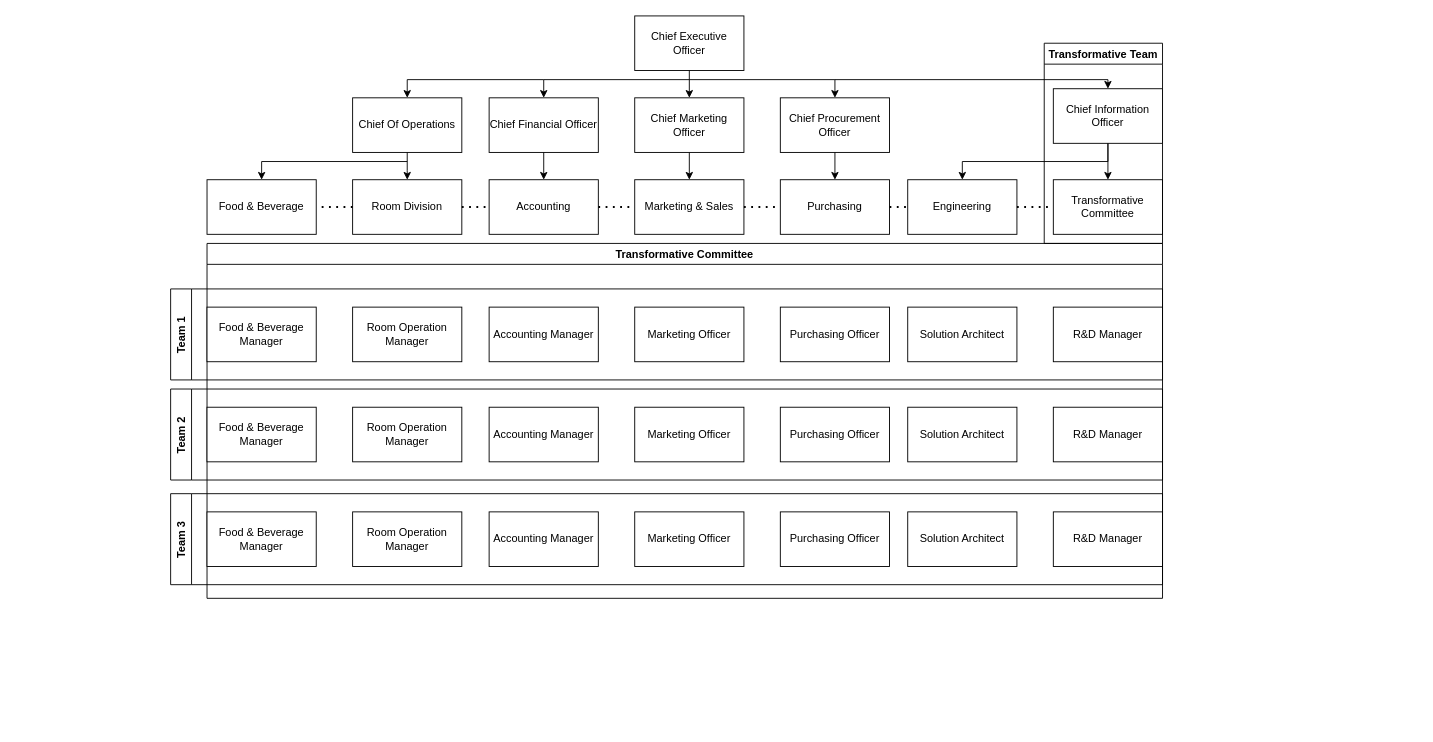
Earlier version of the draw.io diagram IS3103OrgChartNew.drawio (ryanliong/ToDoList). Source tidied: cells renumbered, new cells numbered last; positions are measured from the earlier drawing's top-left corner, leaving out a move shared by most shapes. Both pictures are drawn from the tidied source at 91%, with x=0, y=0 at pixel (170, 15).
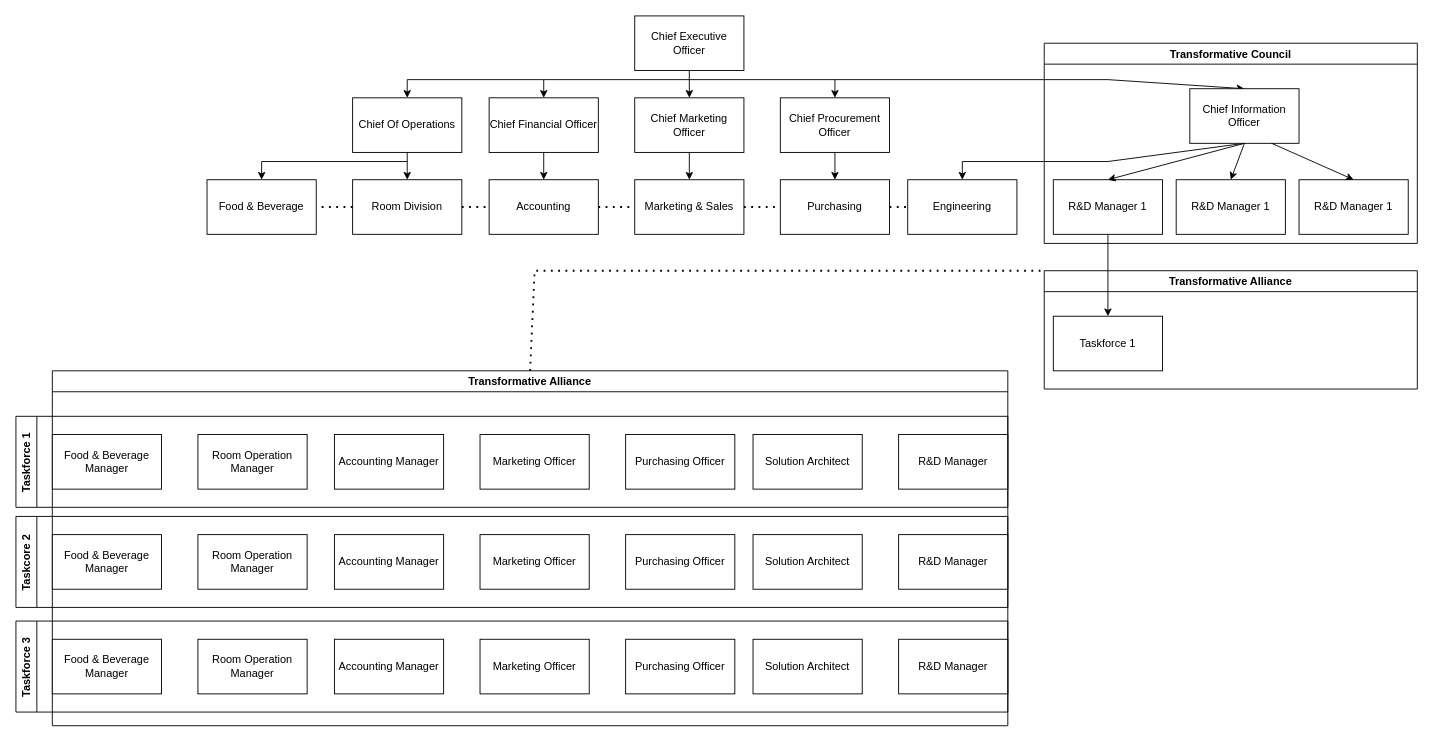
Above is the later version.

The change refers to these unchanged cells:
```xml
<mxCell id="22" value="Engineering" style="rounded=0;whiteSpace=wrap;html=1;" parent="1" vertex="1">
  <mxGeometry x="810" y="180" width="120" height="60" as="geometry" />
</mxCell>
```

What changed in the source:
```diff
@@
-    <mxCell id="12" value="Transformative Committee" style="rounded=0;whiteSpace=wrap;html=1;" parent="1" vertex="1">
-      <mxGeometry x="970" y="180" width="120" height="60" as="geometry" />
-    </mxCell>
@@
-    <mxCell id="29" style="endArrow=none;dashed=1;html=1;dashPattern=1 3;strokeWidth=2;rounded=0;exitX=1;exitY=0.5;exitDx=0;exitDy=0;entryX=0;entryY=0.5;entryDx=0;entryDy=0;" parent="1" edge="1" source="22" target="12">
-      <mxGeometry relative="1" as="geometry" />
-    </mxCell>
@@
-    <mxCell id="31" value="Transformative Committee" style="swimlane;" parent="1" vertex="1">
-      <mxGeometry x="40" y="250" width="1050" height="390" as="geometry" />
+    <mxCell id="31" value="Transformative Alliance" style="swimlane;" parent="1" vertex="1">
+      <mxGeometry x="-130" y="390" width="1050" height="390" as="geometry" />
     </mxCell>
@@
-    <mxCell id="39" value="Team 1" style="swimlane;horizontal=0;" parent="31" vertex="1">
+    <mxCell id="39" value="Taskforce 1" style="swimlane;horizontal=0;" parent="31" vertex="1">
       <mxGeometry x="-40" y="50" width="1090" height="100" as="geometry" />
     </mxCell>
@@
-    <mxCell id="47" value="Team 2" style="swimlane;horizontal=0;" parent="31" vertex="1">
+    <mxCell id="47" value="Taskcore 2" style="swimlane;horizontal=0;" parent="31" vertex="1">
       <mxGeometry x="-40" y="160" width="1090" height="100" as="geometry" />
     </mxCell>
@@
-    <mxCell id="55" value="Team 3" style="swimlane;horizontal=0;" parent="31" vertex="1">
+    <mxCell id="55" value="Taskforce 3" style="swimlane;horizontal=0;" parent="31" vertex="1">
       <mxGeometry x="-40" y="275" width="1090" height="100" as="geometry" />
     </mxCell>
-    <mxCell id="56" value="Transformative Team" style="swimlane;" parent="1" vertex="1">
-      <mxGeometry x="960" y="30" width="130" height="220" as="geometry" />
+    <mxCell id="56" value="Transformative Council" style="swimlane;" parent="1" vertex="1">
+      <mxGeometry x="960" y="30" width="410" height="220" as="geometry" />
     </mxCell>
     <mxCell id="57" value="Chief Information Officer" style="rounded=0;whiteSpace=wrap;html=1;" parent="56" vertex="1">
-      <mxGeometry x="10" y="50" width="120" height="60" as="geometry" />
+      <mxGeometry x="160" y="50" width="120" height="60" as="geometry" />
     </mxCell>
+    <mxCell id="12" value="R&amp;amp;D Manager 1" style="rounded=0;whiteSpace=wrap;html=1;" parent="56" vertex="1">
+      <mxGeometry x="10" y="150" width="120" height="60" as="geometry" />
+    </mxCell>
-    <mxCell id="58" style="endArrow=classic;html=1;rounded=0;entryX=0.5;entryY=0;entryDx=0;entryDy=0;exitX=0.5;exitY=1;exitDx=0;exitDy=0;" parent="1" edge="1" source="57" target="12">
+    <mxCell id="58" style="endArrow=classic;html=1;rounded=0;entryX=0.5;entryY=0;entryDx=0;entryDy=0;exitX=0.5;exitY=1;exitDx=0;exitDy=0;" parent="56" edge="1" source="57" target="12">
       <mxGeometry relative="1" as="geometry" />
     </mxCell>
+    <mxCell id="59" value="R&amp;amp;D Manager 1" style="rounded=0;whiteSpace=wrap;html=1;" parent="56" vertex="1">
+      <mxGeometry x="145" y="150" width="120" height="60" as="geometry" />
+    </mxCell>
+    <mxCell id="60" value="R&amp;amp;D Manager 1" style="rounded=0;whiteSpace=wrap;html=1;" parent="56" vertex="1">
+      <mxGeometry x="280" y="150" width="120" height="60" as="geometry" />
+    </mxCell>
+    <mxCell id="61" style="endArrow=classic;html=1;rounded=0;entryX=0.5;entryY=0;entryDx=0;entryDy=0;exitX=0.5;exitY=1;exitDx=0;exitDy=0;" parent="56" edge="1" source="57" target="59">
+      <mxGeometry relative="1" as="geometry" />
+    </mxCell>
+    <mxCell id="62" style="endArrow=classic;html=1;rounded=0;entryX=0.5;entryY=0;entryDx=0;entryDy=0;exitX=0.75;exitY=1;exitDx=0;exitDy=0;" parent="56" edge="1" source="57" target="60">
+      <mxGeometry relative="1" as="geometry" />
+    </mxCell>
+    <mxCell id="63" value="Transformative Alliance" style="swimlane;" parent="1" vertex="1">
+      <mxGeometry x="960" y="280" width="410" height="130" as="geometry" />
+    </mxCell>
+    <mxCell id="64" value="Taskforce 1" style="rounded=0;whiteSpace=wrap;html=1;" parent="63" vertex="1">
+      <mxGeometry x="10" y="50" width="120" height="60" as="geometry" />
+    </mxCell>
+    <mxCell id="65" style="endArrow=classic;html=1;rounded=0;entryX=0.5;entryY=0;entryDx=0;entryDy=0;exitX=0.5;exitY=1;exitDx=0;exitDy=0;" parent="1" edge="1" source="12" target="64">
+      <mxGeometry relative="1" as="geometry" />
+    </mxCell>
+    <mxCell id="66" style="endArrow=none;dashed=1;html=1;dashPattern=1 3;strokeWidth=2;rounded=0;exitX=0.5;exitY=0;exitDx=0;exitDy=0;entryX=0;entryY=0;entryDx=0;entryDy=0;" parent="1" edge="1" source="31" target="63">
+      <mxGeometry relative="1" as="geometry">
+        <Array as="points">
+          <mxPoint x="400" y="280" />
+        </Array>
+      </mxGeometry>
+    </mxCell>
```
